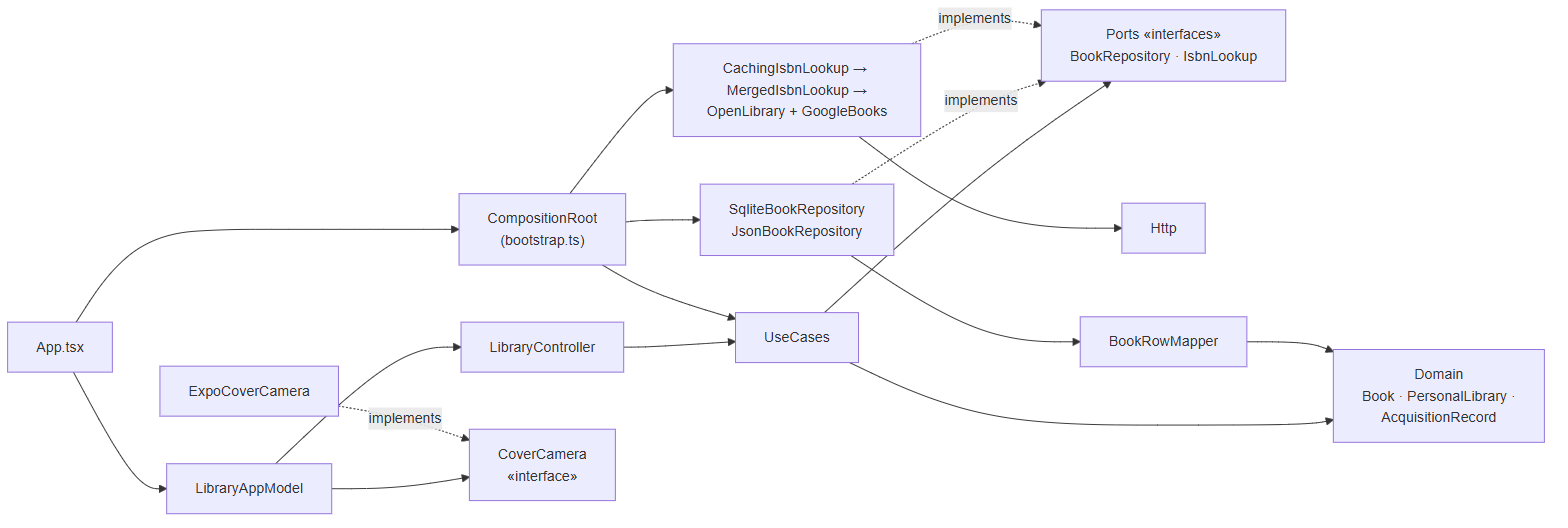
The Mermaid diagram docs/design/figures/dependency.png in ghechavarria/cen5064-project-hechavarria, before a commit. Its source is kept beside it as docs/design/diagrams/dependency.mmd. Source of this version:
```mermaid
flowchart LR
    App["App.tsx"] --> Root["CompositionRoot<br/>(bootstrap.ts)"]
    App --> Model["LibraryAppModel"]
    Model --> Controller["LibraryController"]
    Model --> Camera["CoverCamera<br/>«interface»"]
    ExpoCam["ExpoCoverCamera"] -. implements .-> Camera
    Controller --> UC["UseCases"]
    UC --> Domain["Domain<br/>Book · PersonalLibrary ·<br/>AcquisitionRecord"]
    UC --> Ports["Ports «interfaces»<br/>BookRepository · IsbnLookup"]
    Repos["SqliteBookRepository<br/>JsonBookRepository"] -. implements .-> Ports
    Lookups["CachingIsbnLookup → MergedIsbnLookup →<br/>OpenLibrary + GoogleBooks"] -. implements .-> Ports
    Root --> UC
    Root --> Repos
    Root --> Lookups
    Lookups --> Http["Http"]
    Repos --> Mapper["BookRowMapper"]
    Mapper --> Domain
```
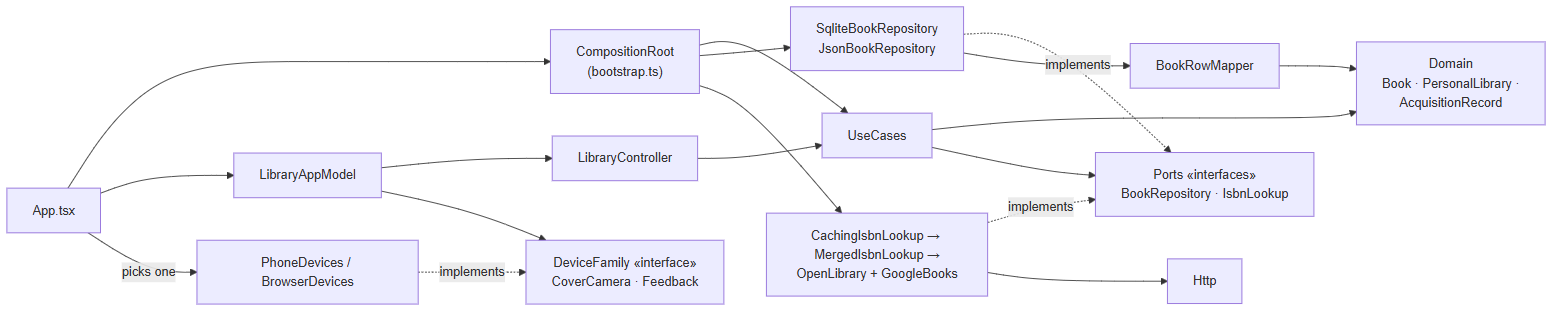
The same diagram one commit later.

Change to the diagram source:
```diff
@@ -2,8 +2,9 @@
     App["App.tsx"] --> Root["CompositionRoot<br/>(bootstrap.ts)"]
     App --> Model["LibraryAppModel"]
     Model --> Controller["LibraryController"]
-    Model --> Camera["CoverCamera<br/>«interface»"]
-    ExpoCam["ExpoCoverCamera"] -. implements .-> Camera
+    Model --> Family["DeviceFamily «interface»<br/>CoverCamera · Feedback"]
+    Devices["PhoneDevices / BrowserDevices"] -. implements .-> Family
+    App -- picks one --> Devices
     Controller --> UC["UseCases"]
     UC --> Domain["Domain<br/>Book · PersonalLibrary ·<br/>AcquisitionRecord"]
     UC --> Ports["Ports «interfaces»<br/>BookRepository · IsbnLookup"]
```
